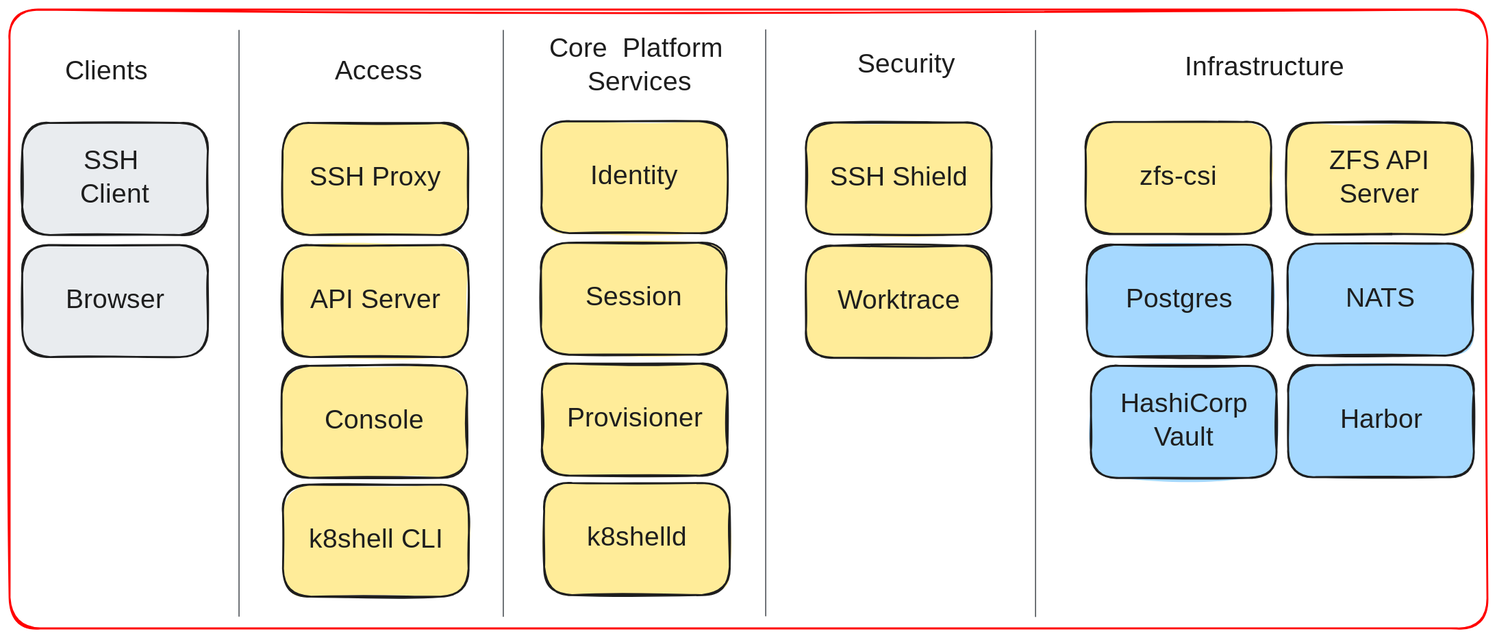
This is drawings/k8shell-architecture.excalidraw.svg from k8shell-io/docs, a Excalidraw export, as it was before one commit. Source tidied: one line per element, renumbered; positions are measured from the earlier drawing's top-left corner, leaving out a move shared by most shapes.
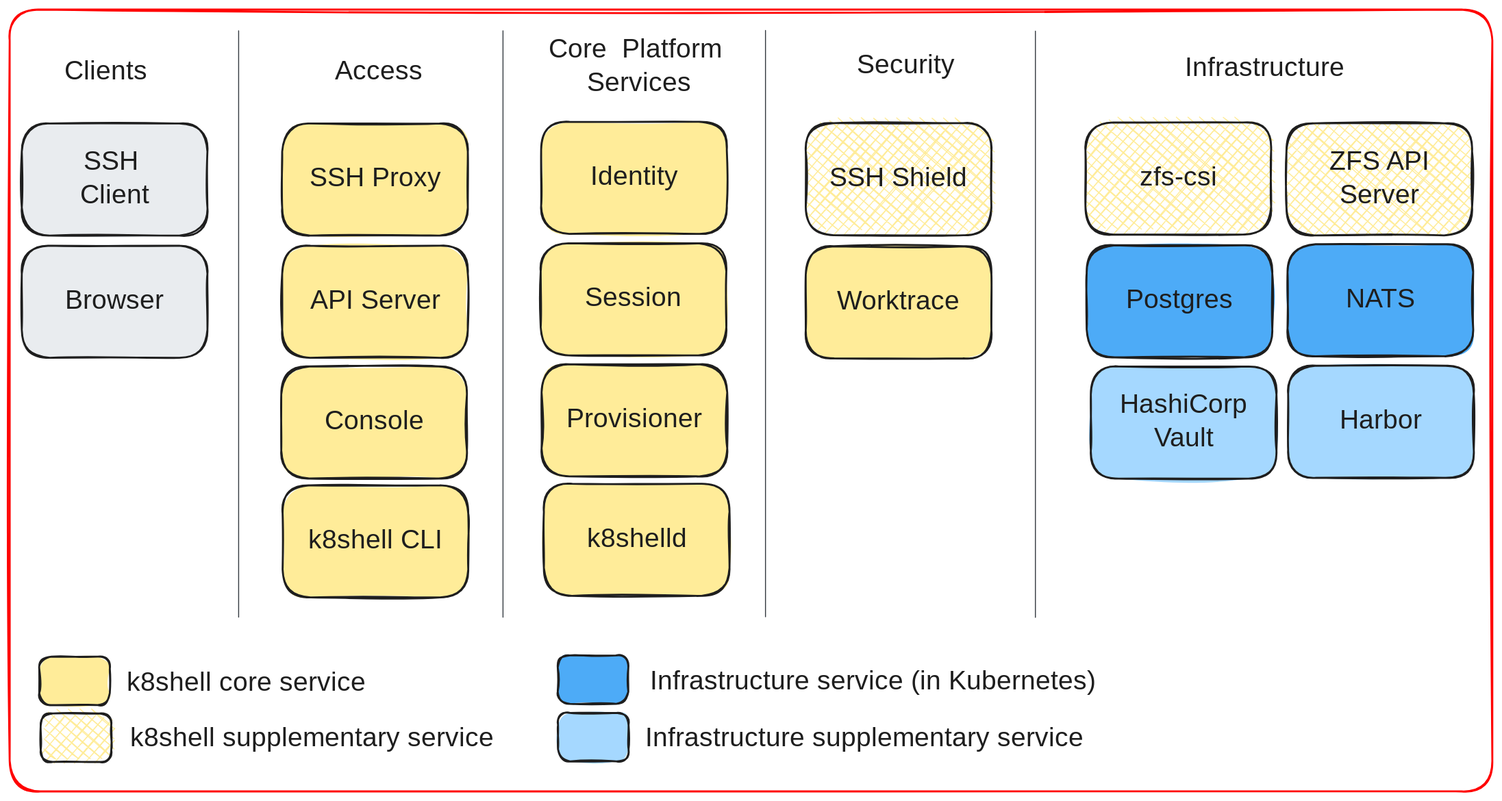
After the commit.

Commit message:
overview links

What changed in the source:
```diff
@@ -8,9 +8,9 @@
 {"id": 7, "type": "text", "text": "Provisioner", "strokeColor": "#1e1e1e", "strokeWidth": 2, "roughness": 1, "fontSize": 28, "fontFamily": 5, "textAlign": "center", "verticalAlign": "middle", "inside": 6, "x": 577, "y": 410, "width": 150, "height": 35}
 {"id": 8, "type": "rectangle", "strokeColor": "#1e1e1e", "backgroundColor": "#ffec99", "fillStyle": "solid", "strokeWidth": 2, "roughness": 1, "round": true, "x": 554, "y": 243, "width": 194, "height": 117}
 {"id": 9, "type": "text", "text": "Session", "strokeColor": "#1e1e1e", "strokeWidth": 2, "roughness": 1, "fontSize": 28, "fontFamily": 5, "textAlign": "center", "verticalAlign": "middle", "inside": 8, "x": 601, "y": 284, "width": 101, "height": 35}
-{"id": 10, "type": "rectangle", "strokeColor": "#1e1e1e", "backgroundColor": "#ffec99", "fillStyle": "solid", "strokeWidth": 2, "roughness": 1, "round": true, "x": 1123, "y": 117, "width": 194, "height": 117}
+{"id": 10, "type": "rectangle", "strokeColor": "#1e1e1e", "backgroundColor": "#ffec99", "fillStyle": "cross-hatch", "strokeWidth": 2, "roughness": 1, "round": true, "x": 1123, "y": 117, "width": 194, "height": 117}
 {"id": 11, "type": "text", "text": "zfs-csi", "strokeColor": "#1e1e1e", "strokeWidth": 2, "roughness": 1, "fontSize": 28, "fontFamily": 5, "textAlign": "center", "verticalAlign": "middle", "inside": 10, "x": 1183, "y": 158, "width": 73, "height": 35}
-{"id": 12, "type": "rectangle", "strokeColor": "#1e1e1e", "backgroundColor": "#ffec99", "fillStyle": "solid", "strokeWidth": 2, "roughness": 1, "round": true, "x": 1332, "y": 118, "width": 194, "height": 117}
+{"id": 12, "type": "rectangle", "strokeColor": "#1e1e1e", "backgroundColor": "#ffec99", "fillStyle": "cross-hatch", "strokeWidth": 2, "roughness": 1, "round": true, "x": 1332, "y": 118, "width": 194, "height": 117}
 {"id": 13, "type": "text", "text": "ZFS API\nServer", "strokeColor": "#1e1e1e", "strokeWidth": 2, "roughness": 1, "fontSize": 28, "fontFamily": 5, "textAlign": "center", "verticalAlign": "middle", "inside": 12, "x": 1367, "y": 142, "width": 124, "height": 70}
 {"id": 14, "type": "rectangle", "strokeColor": "#1e1e1e", "backgroundColor": "#ffec99", "fillStyle": "solid", "strokeWidth": 2, "roughness": 1, "round": true, "x": 285, "y": 496, "width": 194, "height": 117}
 {"id": 15, "type": "text", "text": "k8shell CLI", "strokeColor": "#1e1e1e", "strokeWidth": 2, "roughness": 1, "fontSize": 28, "fontFamily": 5, "textAlign": "center", "verticalAlign": "middle", "inside": 14, "x": 307, "y": 537, "width": 151, "height": 35}
@@ -20,11 +20,11 @@
 {"id": 19, "type": "text", "text": "SSH Proxy", "strokeColor": "#1e1e1e", "strokeWidth": 2, "roughness": 1, "fontSize": 28, "fontFamily": 5, "textAlign": "center", "verticalAlign": "middle", "inside": 18, "x": 311, "y": 159, "width": 141, "height": 35}
 {"id": 20, "type": "rectangle", "strokeColor": "#1e1e1e", "backgroundColor": "#e9ecef", "fillStyle": "solid", "strokeWidth": 2, "roughness": 1, "round": true, "x": 13, "y": 118, "width": 194, "height": 117}
 {"id": 21, "type": "text", "text": "SSH \nClient", "strokeColor": "#1e1e1e", "strokeWidth": 2, "roughness": 1, "fontSize": 28, "fontFamily": 5, "textAlign": "center", "verticalAlign": "middle", "inside": 20, "x": 72, "y": 142, "width": 76, "height": 70}
-{"id": 22, "type": "rectangle", "strokeColor": "#1e1e1e", "backgroundColor": "#a5d8ff", "fillStyle": "solid", "strokeWidth": 2, "roughness": 1, "round": true, "x": 1333, "y": 244, "width": 194, "height": 117}
+{"id": 22, "type": "rectangle", "strokeColor": "#1e1e1e", "backgroundColor": "#4dabf7", "fillStyle": "solid", "strokeWidth": 2, "roughness": 1, "round": true, "x": 1333, "y": 244, "width": 194, "height": 117}
 {"id": 23, "type": "text", "text": "NATS", "strokeColor": "#1e1e1e", "strokeWidth": 2, "roughness": 1, "fontSize": 28, "fontFamily": 5, "textAlign": "center", "verticalAlign": "middle", "inside": 22, "x": 1395, "y": 285, "width": 70, "height": 35}
-{"id": 24, "type": "rectangle", "strokeColor": "#1e1e1e", "backgroundColor": "#a5d8ff", "fillStyle": "solid", "strokeWidth": 2, "roughness": 1, "round": true, "x": 1124, "y": 245, "width": 194, "height": 117}
+{"id": 24, "type": "rectangle", "strokeColor": "#1e1e1e", "backgroundColor": "#4dabf7", "fillStyle": "solid", "strokeWidth": 2, "roughness": 1, "round": true, "x": 1124, "y": 245, "width": 194, "height": 117}
 {"id": 25, "type": "text", "text": "Postgres", "strokeColor": "#1e1e1e", "strokeWidth": 2, "roughness": 1, "fontSize": 28, "fontFamily": 5, "textAlign": "center", "verticalAlign": "middle", "inside": 24, "x": 1159, "y": 286, "width": 123, "height": 35}
-{"id": 26, "type": "rectangle", "strokeColor": "#1e1e1e", "backgroundColor": "#ffec99", "fillStyle": "solid", "strokeWidth": 2, "roughness": 1, "round": true, "x": 831, "y": 118, "width": 194, "height": 117}
+{"id": 26, "type": "rectangle", "strokeColor": "#1e1e1e", "backgroundColor": "#ffec99", "fillStyle": "cross-hatch", "strokeWidth": 2, "roughness": 1, "round": true, "x": 831, "y": 118, "width": 194, "height": 117}
 {"id": 27, "type": "text", "text": "SSH Shield", "strokeColor": "#1e1e1e", "strokeWidth": 2, "roughness": 1, "fontSize": 28, "fontFamily": 5, "textAlign": "center", "verticalAlign": "middle", "inside": 26, "x": 863, "y": 159, "width": 130, "height": 35}
 {"id": 28, "type": "text", "text": "Clients", "strokeColor": "#1e1e1e", "backgroundColor": "#ffec99", "fillStyle": "solid", "strokeWidth": 2, "roughness": 1, "fontSize": 28, "fontFamily": 5, "x": 58, "y": 48, "width": 91, "height": 35}
 {"id": 29, "type": "text", "text": "Access", "strokeColor": "#1e1e1e", "backgroundColor": "#ffec99", "fillStyle": "solid", "strokeWidth": 2, "roughness": 1, "fontSize": 28, "fontFamily": 5, "textAlign": "center", "x": 339, "y": 48, "width": 93, "height": 35}
@@ -37,10 +37,18 @@
 {"id": 36, "type": "line", "strokeColor": "#343a40", "backgroundColor": "#ffec99", "fillStyle": "solid", "strokeWidth": 1, "roughness": 0, "round": true, "x": 239, "y": 22, "width": 0, "height": 612, "points": [[0, 0], [0, 612]]}
 {"id": 37, "type": "line", "strokeColor": "#343a40", "backgroundColor": "#ffec99", "fillStyle": "solid", "strokeWidth": 1, "roughness": 0, "round": true, "x": 789, "y": 21, "width": 0, "height": 612, "points": [[0, 0], [0, 612]]}
 {"id": 38, "type": "line", "strokeColor": "#343a40", "backgroundColor": "#ffec99", "fillStyle": "solid", "strokeWidth": 1, "roughness": 0, "round": true, "x": 1070, "y": 22, "width": 0, "height": 612, "points": [[0, 0], [0, 612]]}
-{"id": 39, "type": "rectangle", "strokeColor": "#ff0000", "strokeWidth": 2, "roughness": 1, "round": true, "x": 0, "y": 0, "width": 1542, "height": 646}
+{"id": 39, "type": "rectangle", "strokeColor": "#ff0000", "strokeWidth": 2, "roughness": 1, "round": true, "x": 1, "y": -1, "width": 1546, "height": 816}
 {"id": 40, "type": "rectangle", "strokeColor": "#1e1e1e", "backgroundColor": "#ffec99", "fillStyle": "solid", "strokeWidth": 2, "roughness": 1, "round": true, "x": 558, "y": 494, "width": 194, "height": 117}
 {"id": 41, "type": "text", "text": "k8shelld", "strokeColor": "#1e1e1e", "strokeWidth": 2, "roughness": 1, "fontSize": 28, "fontFamily": 5, "textAlign": "center", "verticalAlign": "middle", "inside": 40, "x": 600, "y": 535, "width": 108, "height": 35}
 {"id": 42, "type": "rectangle", "strokeColor": "#1e1e1e", "backgroundColor": "#a5d8ff", "fillStyle": "solid", "strokeWidth": 2, "roughness": 1, "round": true, "x": 1334, "y": 371, "width": 194, "height": 117}
 {"id": 43, "type": "text", "text": "Harbor", "strokeColor": "#1e1e1e", "strokeWidth": 2, "roughness": 1, "fontSize": 28, "fontFamily": 5, "textAlign": "center", "verticalAlign": "middle", "inside": 42, "x": 1387, "y": 412, "width": 88, "height": 35}
 {"id": 44, "type": "rectangle", "strokeColor": "#1e1e1e", "backgroundColor": "#a5d8ff", "fillStyle": "solid", "strokeWidth": 2, "roughness": 1, "round": true, "x": 1128, "y": 372, "width": 194, "height": 117}
 {"id": 45, "type": "text", "text": "HashiCorp\nVault", "strokeColor": "#1e1e1e", "strokeWidth": 2, "roughness": 1, "fontSize": 28, "fontFamily": 5, "textAlign": "center", "verticalAlign": "middle", "inside": 44, "x": 1159, "y": 395, "width": 131, "height": 70}
+{"id": 46, "type": "rectangle", "strokeColor": "#1e1e1e", "backgroundColor": "#ffec99", "fillStyle": "solid", "strokeWidth": 2, "roughness": 1, "round": true, "x": 31, "y": 675, "width": 74, "height": 51}
+{"id": 47, "type": "text", "text": "k8shell core service", "strokeColor": "#1e1e1e", "backgroundColor": "#ffec99", "fillStyle": "solid", "strokeWidth": 2, "roughness": 1, "fontSize": 28, "fontFamily": 5, "x": 123, "y": 685, "width": 263, "height": 35}
+{"id": 48, "type": "rectangle", "strokeColor": "#1e1e1e", "backgroundColor": "#ffec99", "fillStyle": "cross-hatch", "strokeWidth": 2, "roughness": 1, "round": true, "x": 33, "y": 734, "width": 74, "height": 51}
+{"id": 49, "type": "text", "text": "k8shell supplementary service", "strokeColor": "#1e1e1e", "backgroundColor": "#ffec99", "fillStyle": "solid", "strokeWidth": 2, "roughness": 1, "fontSize": 28, "fontFamily": 5, "x": 126, "y": 743, "width": 395, "height": 35}
+{"id": 50, "type": "rectangle", "strokeColor": "#1e1e1e", "backgroundColor": "#4dabf7", "fillStyle": "solid", "strokeWidth": 2, "roughness": 1, "round": true, "x": 572, "y": 673, "width": 74, "height": 51}
+{"id": 51, "type": "text", "text": "Infrastructure service (in Kubernetes)", "strokeColor": "#1e1e1e", "backgroundColor": "#ffec99", "fillStyle": "solid", "strokeWidth": 2, "roughness": 1, "fontSize": 28, "fontFamily": 5, "x": 668, "y": 684, "width": 519, "height": 35}
+{"id": 52, "type": "rectangle", "strokeColor": "#1e1e1e", "backgroundColor": "#a5d8ff", "fillStyle": "solid", "strokeWidth": 2, "roughness": 1, "round": true, "x": 572, "y": 733, "width": 74, "height": 51}
+{"id": 53, "type": "text", "text": "Infrastructure supplementary service ", "strokeColor": "#1e1e1e", "backgroundColor": "#ffec99", "fillStyle": "solid", "strokeWidth": 2, "roughness": 1, "fontSize": 28, "fontFamily": 5, "x": 664, "y": 743, "width": 513, "height": 35}
```
